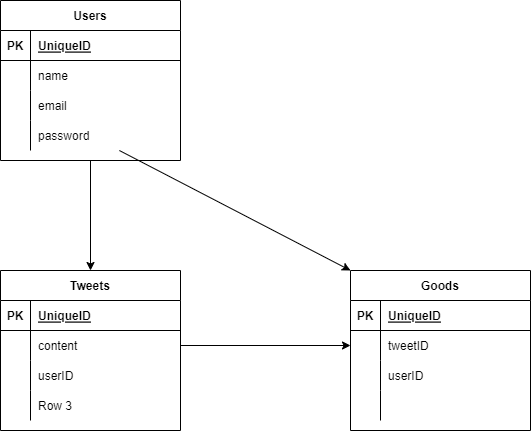
This is 設計/ER.drawio.png from junnichi-tajima/SNS_test, a draw.io export, as it was before one commit. Source tidied: cells renumbered, new cells last; positions are measured from the earlier drawing's top-left corner, leaving out a move shared by most shapes.
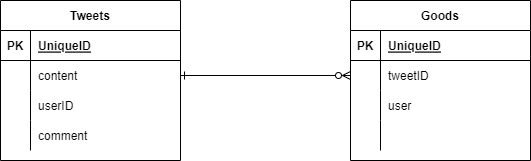
Above is the later version.

Diff of the diagram source:
```diff
@@ -2,48 +2,6 @@
   <root>
     <mxCell id="0" />
     <mxCell id="1" parent="0" />
-    <mxCell id="2" style="edgeStyle=none;html=1;entryX=0.5;entryY=0;entryDx=0;entryDy=0;" parent="1" edge="1" source="3" target="16">
-      <mxGeometry relative="1" as="geometry" />
-    </mxCell>
-    <mxCell id="3" value="Users" style="shape=table;startSize=30;rowLines=0;fontStyle=1;align=center;" parent="1" vertex="1">
-      <mxGeometry width="180" height="160" as="geometry" />
-    </mxCell>
-    <mxCell id="4" style="shape=partialRectangle;fillColor=none;top=0;left=0;bottom=1;right=0;" parent="3" vertex="1">
-      <mxGeometry y="30" width="180" height="30" as="geometry" />
-    </mxCell>
-    <mxCell id="5" value="PK" style="shape=partialRectangle;fillColor=none;top=0;left=0;bottom=0;right=0;fontStyle=1;overflow=hidden;" parent="4" vertex="1">
-      <mxGeometry width="30" height="30" as="geometry" />
-    </mxCell>
-    <mxCell id="6" value="UniqueID" style="shape=partialRectangle;fillColor=none;top=0;left=0;bottom=0;right=0;align=left;spacingLeft=6;fontStyle=5;overflow=hidden;" parent="4" vertex="1">
-      <mxGeometry x="30" width="150" height="30" as="geometry" />
-    </mxCell>
-    <mxCell id="7" style="shape=partialRectangle;fillColor=none;top=0;left=0;bottom=0;right=0;" parent="3" vertex="1">
-      <mxGeometry y="60" width="180" height="30" as="geometry" />
-    </mxCell>
-    <mxCell id="8" style="shape=partialRectangle;fillColor=none;top=0;left=0;bottom=0;right=0;overflow=hidden;" parent="7" vertex="1">
-      <mxGeometry width="30" height="30" as="geometry" />
-    </mxCell>
-    <mxCell id="9" value="name" style="shape=partialRectangle;fillColor=none;top=0;left=0;bottom=0;right=0;align=left;spacingLeft=6;overflow=hidden;" parent="7" vertex="1">
-      <mxGeometry x="30" width="150" height="30" as="geometry" />
-    </mxCell>
-    <mxCell id="10" style="shape=partialRectangle;fillColor=none;top=0;left=0;bottom=0;right=0;" parent="3" vertex="1">
-      <mxGeometry y="90" width="180" height="30" as="geometry" />
-    </mxCell>
-    <mxCell id="11" style="shape=partialRectangle;fillColor=none;top=0;left=0;bottom=0;right=0;overflow=hidden;" parent="10" vertex="1">
-      <mxGeometry width="30" height="30" as="geometry" />
-    </mxCell>
-    <mxCell id="12" value="email" style="shape=partialRectangle;fillColor=none;top=0;left=0;bottom=0;right=0;align=left;spacingLeft=6;overflow=hidden;" parent="10" vertex="1">
-      <mxGeometry x="30" width="150" height="30" as="geometry" />
-    </mxCell>
-    <mxCell id="13" style="shape=partialRectangle;fillColor=none;top=0;left=0;bottom=0;right=0;points=[[0,0.5],[1,0.5]];portConstraint=eastwest;" parent="3" vertex="1">
-      <mxGeometry y="120" width="180" height="30" as="geometry" />
-    </mxCell>
-    <mxCell id="14" style="shape=partialRectangle;fillColor=none;top=0;left=0;bottom=0;right=0;overflow=hidden;" parent="13" vertex="1">
-      <mxGeometry width="30" height="30" as="geometry" />
-    </mxCell>
-    <mxCell id="15" value="password" style="shape=partialRectangle;fillColor=none;top=0;left=0;bottom=0;right=0;align=left;spacingLeft=6;overflow=hidden;" parent="13" vertex="1">
-      <mxGeometry x="30" width="150" height="30" as="geometry" />
-    </mxCell>
     <mxCell id="16" value="Tweets" style="shape=table;startSize=30;rowLines=0;fontStyle=1;align=center;" parent="1" vertex="1">
       <mxGeometry y="270" width="180" height="160" as="geometry" />
     </mxCell>
@@ -80,7 +38,7 @@
     <mxCell id="27" style="shape=partialRectangle;fillColor=none;top=0;left=0;bottom=0;right=0;overflow=hidden;" parent="26" vertex="1">
       <mxGeometry width="30" height="30" as="geometry" />
     </mxCell>
-    <mxCell id="28" value="Row 3" style="shape=partialRectangle;fillColor=none;top=0;left=0;bottom=0;right=0;align=left;spacingLeft=6;overflow=hidden;" parent="26" vertex="1">
+    <mxCell id="28" value="comment" style="shape=partialRectangle;fillColor=none;top=0;left=0;bottom=0;right=0;align=left;spacingLeft=6;overflow=hidden;" parent="26" vertex="1">
       <mxGeometry x="30" width="150" height="30" as="geometry" />
     </mxCell>
     <mxCell id="29" value="Goods" style="shape=table;startSize=30;rowLines=0;fontStyle=1;align=center;" parent="1" vertex="1">
@@ -110,7 +68,7 @@
     <mxCell id="37" style="shape=partialRectangle;fillColor=none;top=0;left=0;bottom=0;right=0;overflow=hidden;" parent="36" vertex="1">
       <mxGeometry width="30" height="30" as="geometry" />
     </mxCell>
-    <mxCell id="38" value="userID" style="shape=partialRectangle;fillColor=none;top=0;left=0;bottom=0;right=0;align=left;spacingLeft=6;overflow=hidden;" parent="36" vertex="1">
+    <mxCell id="38" value="user" style="shape=partialRectangle;fillColor=none;top=0;left=0;bottom=0;right=0;align=left;spacingLeft=6;overflow=hidden;" parent="36" vertex="1">
       <mxGeometry x="30" width="150" height="30" as="geometry" />
     </mxCell>
     <mxCell id="39" style="shape=partialRectangle;fillColor=none;top=0;left=0;bottom=0;right=0;" parent="29" vertex="1">
@@ -122,11 +80,8 @@
     <mxCell id="41" style="shape=partialRectangle;fillColor=none;top=0;left=0;bottom=0;right=0;align=left;spacingLeft=6;overflow=hidden;" parent="39" vertex="1">
       <mxGeometry x="30" width="150" height="30" as="geometry" />
     </mxCell>
-    <mxCell id="42" style="edgeStyle=none;html=1;entryX=0;entryY=0.5;entryDx=0;entryDy=0;" parent="1" edge="1" source="20" target="33">
+    <mxCell id="42" style="edgeStyle=none;html=1;entryX=0;entryY=0.5;entryDx=0;entryDy=0;endArrow=ERzeroToMany;endFill=0;startArrow=ERone;startFill=0;" parent="1" edge="1" source="20" target="33">
       <mxGeometry relative="1" as="geometry" />
     </mxCell>
-    <mxCell id="43" style="edgeStyle=none;html=1;entryX=0;entryY=0;entryDx=0;entryDy=0;" parent="1" edge="1" source="13" target="29">
-      <mxGeometry relative="1" as="geometry" />
-    </mxCell>
   </root>
 </mxGraphModel>
```
